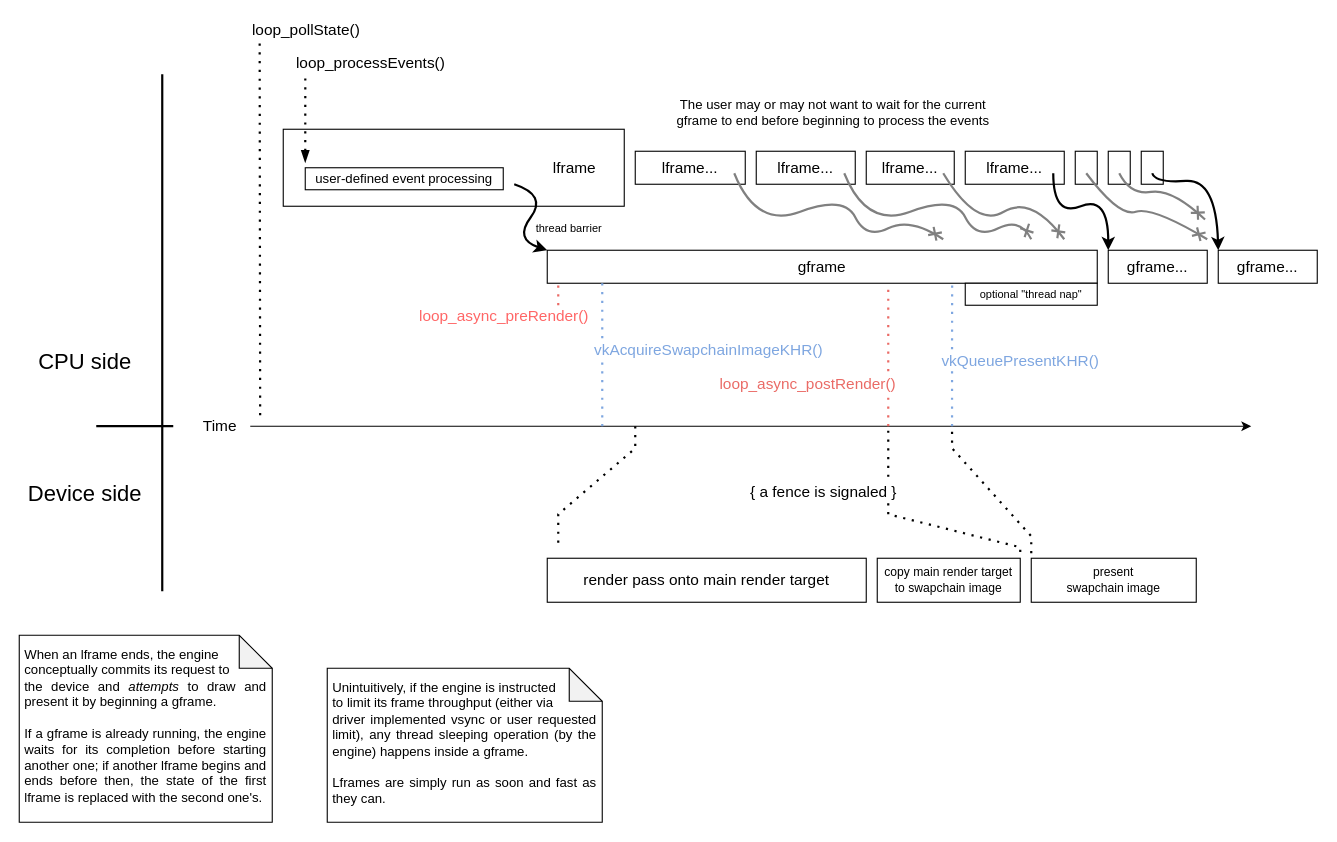
Before: doc/frames-diagram.drawio in Sonotsugipaa/skengine, a draw.io diagram. Source tidied: cells renumbered, new cells numbered last; positions are measured from the earlier drawing's top-left corner, leaving out a move shared by most shapes. Both pictures are drawn from the tidied source at 110%, with x=0, y=0 at pixel (19, 19).
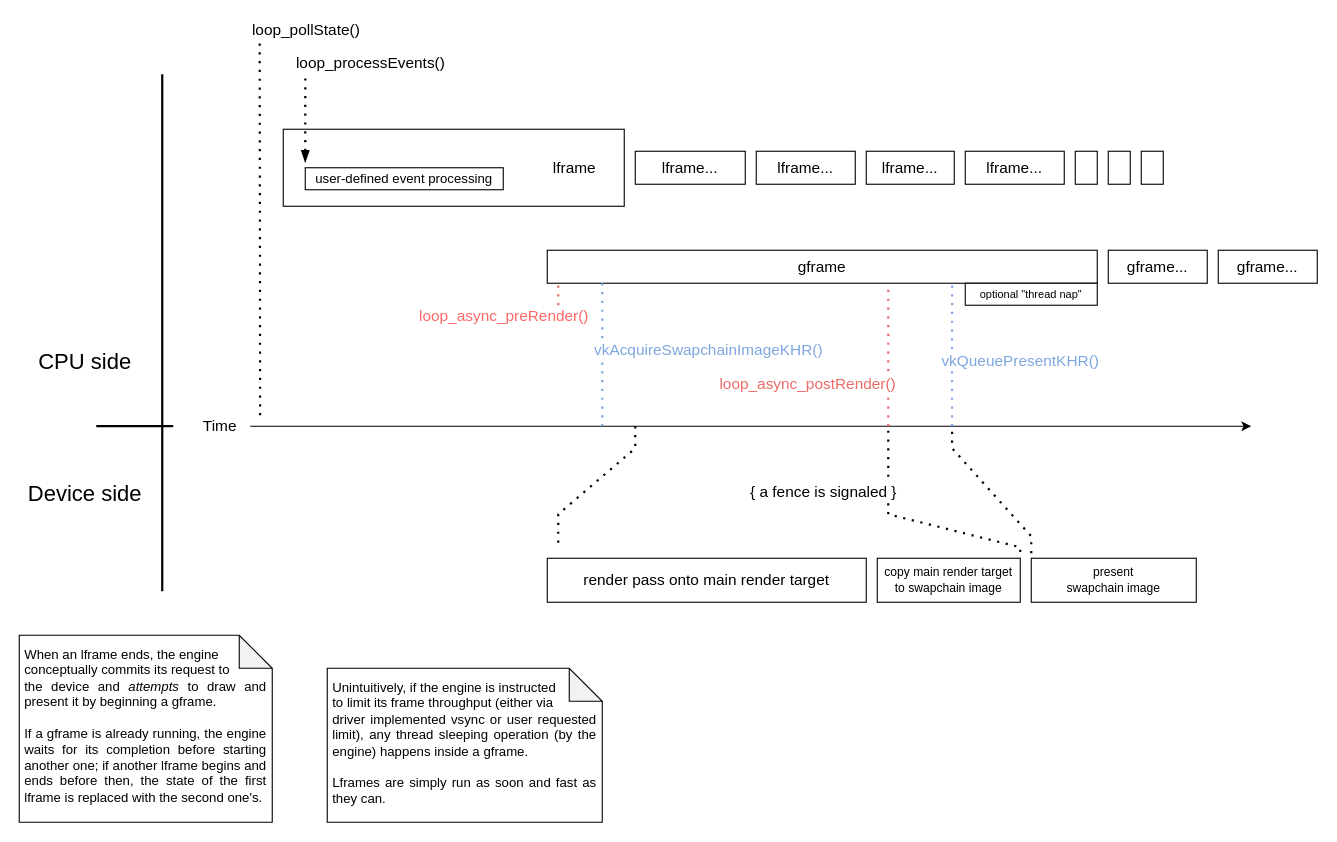
The same diagram, later.

The change refers to these unchanged cells:
```xml
<mxCell id="13" value="gframe" style="rounded=0;whiteSpace=wrap;html=1;fontSize=14;" parent="1" vertex="1">
  <mxGeometry x="480" y="210" width="500" height="30" as="geometry" />
</mxCell>
<mxCell id="30" value="gframe..." style="rounded=0;whiteSpace=wrap;html=1;fontSize=14;" parent="1" vertex="1">
  <mxGeometry x="990" y="210" width="90" height="30" as="geometry" />
</mxCell>
<mxCell id="39" value="gframe..." style="rounded=0;whiteSpace=wrap;html=1;fontSize=14;" parent="1" vertex="1">
  <mxGeometry x="1090" y="210" width="90" height="30" as="geometry" />
</mxCell>
```

Diff of the diagram source:
```diff
@@
-    <mxCell id="14" style="curved=1;endArrow=classic;html=1;rounded=0;fontSize=12;strokeWidth=2;jumpSize=6;entryX=0;entryY=0;entryDx=0;entryDy=0;" parent="1" edge="1" target="13">
-      <mxGeometry relative="1" as="geometry">
-        <mxPoint x="450" y="150" as="sourcePoint" />
-        <Array as="points">
-          <mxPoint x="480" y="160" />
-          <mxPoint x="450" y="200" />
-        </Array>
-      </mxGeometry>
-    </mxCell>
-    <mxCell id="15" value="thread barrier" style="text;html=1;strokeColor=none;fillColor=none;align=center;verticalAlign=middle;whiteSpace=wrap;rounded=0;labelBackgroundColor=none;fontSize=10;" parent="1" vertex="1">
-      <mxGeometry x="465" y="180" width="70" height="20" as="geometry" />
-    </mxCell>
@@
-    <mxCell id="26" style="curved=1;endArrow=cross;html=1;rounded=0;fontSize=12;strokeWidth=2;jumpSize=6;endFill=0;strokeColor=#808080;" parent="1" edge="1">
-      <mxGeometry relative="1" as="geometry">
-        <mxPoint x="650" y="140" as="sourcePoint" />
-        <mxPoint x="840" y="200" as="targetPoint" />
-        <Array as="points">
-          <mxPoint x="670" y="190" />
-          <mxPoint x="750" y="160" />
-          <mxPoint x="770" y="200" />
-          <mxPoint x="810" y="180" />
-        </Array>
-      </mxGeometry>
-    </mxCell>
@@
-    <mxCell id="29" style="curved=1;endArrow=classic;html=1;rounded=0;fontSize=12;strokeWidth=2;jumpSize=6;endFill=1;entryX=0;entryY=0;entryDx=0;entryDy=0;" parent="1" edge="1" target="30">
-      <mxGeometry relative="1" as="geometry">
-        <mxPoint x="940" y="140" as="sourcePoint" />
-        <Array as="points">
-          <mxPoint x="940" y="180" />
-          <mxPoint x="990" y="160" />
-        </Array>
-      </mxGeometry>
-    </mxCell>
@@
-    <mxCell id="31" value="The user may or may not want to wait for the current gframe to end before beginning to process the events" style="text;html=1;strokeColor=none;fillColor=none;align=center;verticalAlign=middle;whiteSpace=wrap;rounded=0;dashed=1;dashPattern=1 2;labelBackgroundColor=none;fontSize=12;" parent="1" vertex="1">
-      <mxGeometry x="580" y="60" width="320" height="50" as="geometry" />
-    </mxCell>
@@
-    <mxCell id="42" style="curved=1;endArrow=cross;html=1;rounded=0;fontSize=12;strokeWidth=2;jumpSize=6;endFill=0;strokeColor=#808080;" parent="1" edge="1">
-      <mxGeometry relative="1" as="geometry">
-        <mxPoint x="970" y="140" as="sourcePoint" />
-        <mxPoint x="1080" y="200" as="targetPoint" />
-        <Array as="points">
-          <mxPoint x="1000" y="180" />
-          <mxPoint x="1030" y="170" />
-        </Array>
-      </mxGeometry>
-    </mxCell>
@@
-    <mxCell id="44" style="curved=1;endArrow=cross;html=1;rounded=0;fontSize=12;strokeWidth=2;jumpSize=6;endFill=0;strokeColor=#808080;" parent="1" edge="1">
-      <mxGeometry relative="1" as="geometry">
-        <mxPoint x="1000" y="140" as="sourcePoint" />
-        <mxPoint x="1078" y="182" as="targetPoint" />
-        <Array as="points">
-          <mxPoint x="1010" y="160" />
-          <mxPoint x="1048" y="154" />
-        </Array>
-      </mxGeometry>
-    </mxCell>
-    <mxCell id="45" style="curved=1;endArrow=classic;html=1;rounded=0;fontSize=12;strokeWidth=2;jumpSize=6;endFill=1;entryX=0;entryY=0;entryDx=0;entryDy=0;" parent="1" edge="1" target="39">
-      <mxGeometry relative="1" as="geometry">
-        <mxPoint x="1030" y="140" as="sourcePoint" />
-        <Array as="points">
-          <mxPoint x="1033" y="149" />
-          <mxPoint x="1088" y="145" />
-        </Array>
-      </mxGeometry>
-    </mxCell>
@@
-    <mxCell id="52" style="curved=1;endArrow=cross;html=1;rounded=0;fontSize=12;strokeWidth=2;jumpSize=6;endFill=0;strokeColor=#808080;" parent="1" edge="1">
-      <mxGeometry relative="1" as="geometry">
-        <mxPoint x="750" y="140" as="sourcePoint" />
-        <mxPoint x="920" y="200" as="targetPoint" />
-        <Array as="points">
-          <mxPoint x="770" y="190" />
-          <mxPoint x="850" y="160" />
-          <mxPoint x="870" y="200" />
-          <mxPoint x="910" y="180" />
-        </Array>
-      </mxGeometry>
-    </mxCell>
-    <mxCell id="53" style="curved=1;endArrow=cross;html=1;rounded=0;fontSize=12;strokeWidth=2;jumpSize=6;endFill=0;strokeColor=#808080;" parent="1" edge="1">
-      <mxGeometry relative="1" as="geometry">
-        <mxPoint x="840" y="140" as="sourcePoint" />
-        <mxPoint x="950" y="200" as="targetPoint" />
-        <Array as="points">
-          <mxPoint x="870" y="190" />
-          <mxPoint x="920" y="160" />
-        </Array>
-      </mxGeometry>
-    </mxCell>
```
